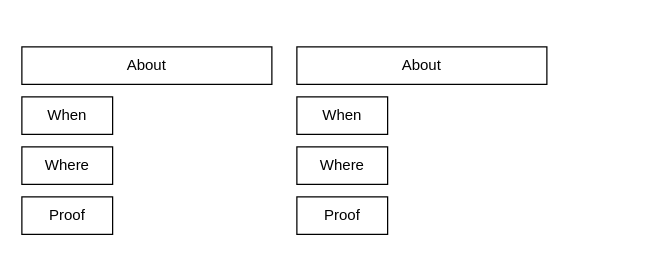
Above: design/achievements.drawio in nawaazwill11/portfolio (draw.io), before the change. Source tidied: cells renumbered, new cells numbered last; positions are measured from the earlier drawing's top-left corner, leaving out a move shared by most shapes. Both pictures are drawn from the tidied source at 125%, with x=0, y=0 at pixel (21, 46).
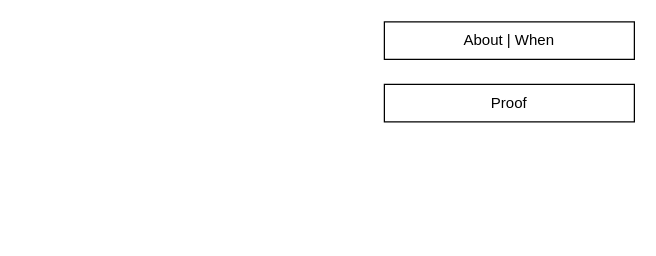
After the change.

The edit, as a diff of the source:
```diff
@@
 <mxGraphModel>
   <root>
     <mxCell id="0" />
     <mxCell id="1" parent="0" />
-    <mxCell id="2" style="group;" parent="1" vertex="1">
-      <mxGeometry width="200" height="150" as="geometry" />
-    </mxCell>
-    <mxCell id="3" value="About" style="rounded=0;whiteSpace=wrap;html=1;" parent="2" vertex="1">
-      <mxGeometry width="200" height="30" as="geometry" />
+    <mxCell id="3" value="About | When" style="rounded=0;whiteSpace=wrap;html=1;" parent="1" vertex="1">
+      <mxGeometry x="290" y="-20" width="200" height="30" as="geometry" />
     </mxCell>
-    <mxCell id="4" value="When" style="rounded=0;whiteSpace=wrap;html=1;" parent="2" vertex="1">
-      <mxGeometry y="40" width="72.6" height="30" as="geometry" />
-    </mxCell>
-    <mxCell id="5" value="Where" style="rounded=0;whiteSpace=wrap;html=1;" parent="2" vertex="1">
-      <mxGeometry y="80" width="72.6" height="30" as="geometry" />
-    </mxCell>
-    <mxCell id="6" value="Proof" style="rounded=0;whiteSpace=wrap;html=1;" parent="2" vertex="1">
-      <mxGeometry y="120" width="72.6" height="30" as="geometry" />
+    <mxCell id="6" value="Proof" style="rounded=0;whiteSpace=wrap;html=1;" parent="1" vertex="1">
+      <mxGeometry x="290" y="30" width="200" height="30" as="geometry" />
     </mxCell>
-    <mxCell id="7" style="group;" parent="1" vertex="1">
-      <mxGeometry x="220" width="200" height="150" as="geometry" />
-    </mxCell>
-    <mxCell id="8" value="About" style="rounded=0;whiteSpace=wrap;html=1;" parent="7" vertex="1">
-      <mxGeometry width="200" height="30" as="geometry" />
-    </mxCell>
-    <mxCell id="9" value="When" style="rounded=0;whiteSpace=wrap;html=1;" parent="7" vertex="1">
-      <mxGeometry y="40" width="72.6" height="30" as="geometry" />
-    </mxCell>
-    <mxCell id="10" value="Where" style="rounded=0;whiteSpace=wrap;html=1;" parent="7" vertex="1">
-      <mxGeometry y="80" width="72.6" height="30" as="geometry" />
-    </mxCell>
-    <mxCell id="11" value="Proof" style="rounded=0;whiteSpace=wrap;html=1;" parent="7" vertex="1">
-      <mxGeometry y="120" width="72.6" height="30" as="geometry" />
-    </mxCell>
   </root>
 </mxGraphModel>
```
